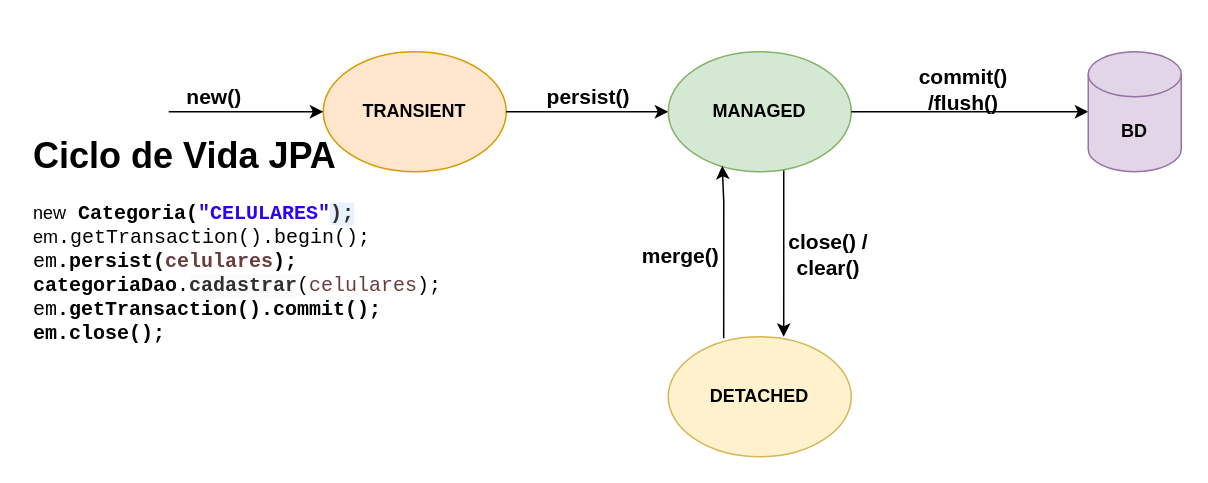
Before: imgs/Ciclo de vida.drawio in matielojg/Java_JPA_Advanced, a draw.io diagram. Source tidied: cells renumbered, new cells numbered last; positions are measured from the earlier drawing's top-left corner, leaving out a move shared by most shapes. Both pictures are drawn from the tidied source at 150%, with x=0, y=0 at pixel (26, 51).
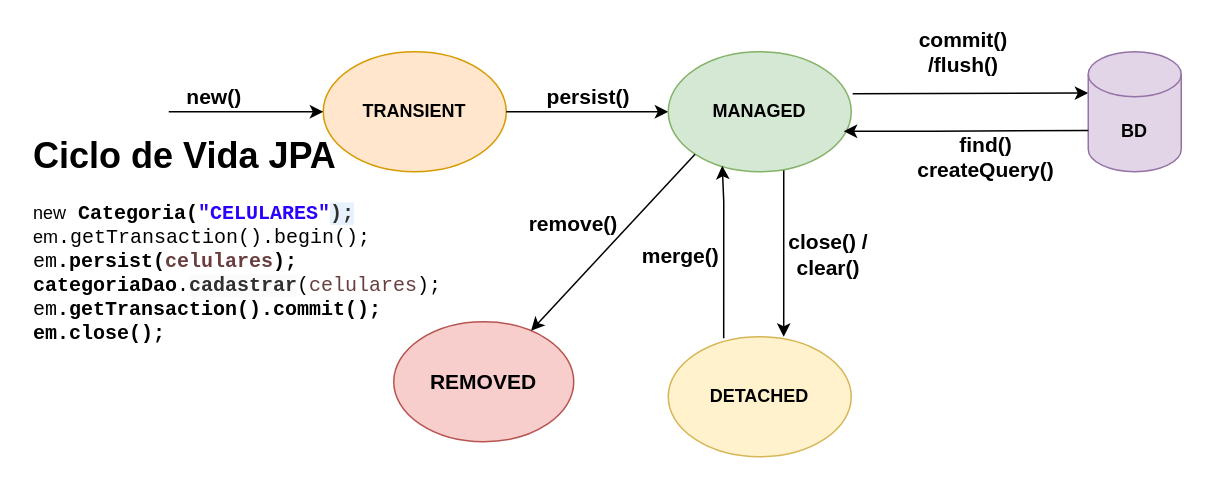
Above is the later version.

Commit message (it also covers changes not shown here):
Consultas com createQuery(JPQL)

Unchanged cells that the change refers to:
```xml
<mxCell id="5" value="&lt;b&gt;MANAGED&lt;/b&gt;" style="ellipse;whiteSpace=wrap;html=1;fillColor=#d5e8d4;strokeColor=#82b366;" parent="1" vertex="1">
  <mxGeometry x="428" width="122" height="80" as="geometry" />
</mxCell>
<mxCell id="7" value="&lt;b&gt;BD&lt;/b&gt;" style="shape=cylinder3;whiteSpace=wrap;html=1;boundedLbl=1;backgroundOutline=1;size=15;fillColor=#e1d5e7;strokeColor=#9673a6;" parent="1" vertex="1">
  <mxGeometry x="708" width="62" height="80" as="geometry" />
</mxCell>
```

Change to the diagram source:
```diff
@@
-    <mxCell id="6" style="endArrow=classic;html=1;rounded=0;entryX=0;entryY=0.5;entryDx=0;entryDy=0;" parent="1" edge="1" source="5">
-      <mxGeometry relative="1" as="geometry">
-        <mxPoint x="708" y="40" as="targetPoint" />
-      </mxGeometry>
+    <mxCell id="6" style="endArrow=classic;html=1;rounded=0;entryX=0;entryY=0;entryDx=0;entryDy=27.5;exitX=1.008;exitY=0.35;exitDx=0;exitDy=0;exitPerimeter=0;entryPerimeter=0;" parent="1" edge="1" source="5" target="7">
+      <mxGeometry relative="1" as="geometry" />
     </mxCell>
@@
     <mxCell id="12" value="&lt;b style=&quot;font-size: 14px;&quot;&gt;commit()&lt;br style=&quot;font-size: 14px;&quot;&gt;/flush()&lt;/b&gt;" style="text;html=1;strokeColor=none;fillColor=none;align=center;verticalAlign=middle;whiteSpace=wrap;rounded=0;fontSize=14;" parent="1" vertex="1">
-      <mxGeometry x="595" y="10" width="60" height="30" as="geometry" />
+      <mxGeometry x="595" y="-15" width="60" height="30" as="geometry" />
     </mxCell>
@@
+    <mxCell id="17" style="endArrow=classic;html=1;rounded=0;exitX=0;exitY=0;exitDx=0;exitDy=52.5;exitPerimeter=0;" parent="1" edge="1" source="7">
+      <mxGeometry relative="1" as="geometry">
+        <mxPoint x="545" y="53" as="targetPoint" />
+        <Array as="points">
+          <mxPoint x="605" y="53" />
+        </Array>
+      </mxGeometry>
+    </mxCell>
+    <mxCell id="18" value="&lt;b style=&quot;font-size: 14px;&quot;&gt;find()&lt;br&gt;createQuery()&lt;/b&gt;" style="text;html=1;strokeColor=none;fillColor=none;align=center;verticalAlign=middle;whiteSpace=wrap;rounded=0;" parent="1" vertex="1">
+      <mxGeometry x="605" y="50" width="70" height="40" as="geometry" />
+    </mxCell>
+    <mxCell id="19" value="&lt;b&gt;REMOVED&lt;/b&gt;" style="ellipse;whiteSpace=wrap;html=1;fontSize=14;fillColor=#f8cecc;strokeColor=#b85450;" parent="1" vertex="1">
+      <mxGeometry x="245" y="180" width="120" height="80" as="geometry" />
+    </mxCell>
+    <mxCell id="20" style="endArrow=classic;html=1;rounded=0;fontSize=14;exitX=0;exitY=1;exitDx=0;exitDy=0;" parent="1" edge="1" source="5" target="19">
+      <mxGeometry relative="1" as="geometry" />
+    </mxCell>
+    <mxCell id="21" value="&lt;b&gt;remove()&lt;/b&gt;" style="text;html=1;strokeColor=none;fillColor=none;align=center;verticalAlign=middle;whiteSpace=wrap;rounded=0;fontSize=14;" parent="1" vertex="1">
+      <mxGeometry x="335" y="100" width="60" height="30" as="geometry" />
+    </mxCell>
```
